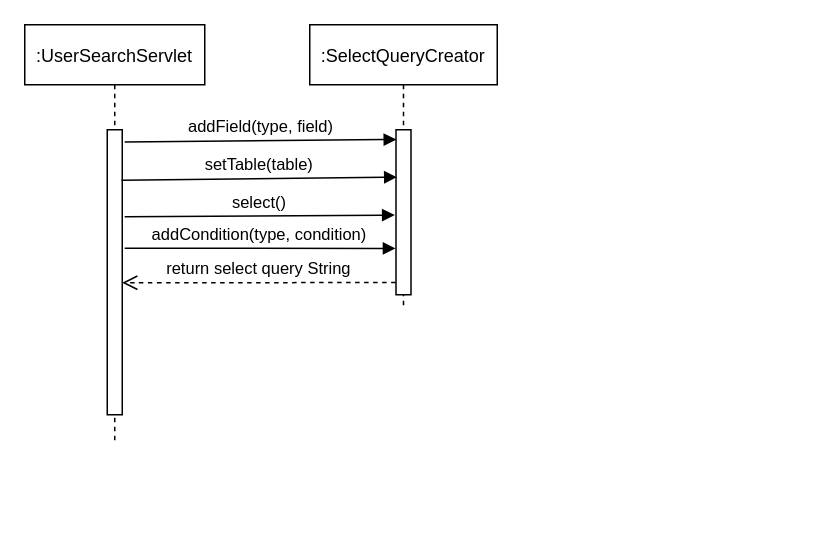
empty-works/plain-emrs-no-fw keeps this draw.io diagram as diagrams/UtilityQuerySelectBeanSequence.drawio. Above is the earlier version. Source tidied: cells renumbered, new cells numbered last; positions are measured from the earlier drawing's top-left corner, leaving out a move shared by most shapes. Both pictures are drawn from the tidied source at 150%, with x=0, y=0 at pixel (24, 24).
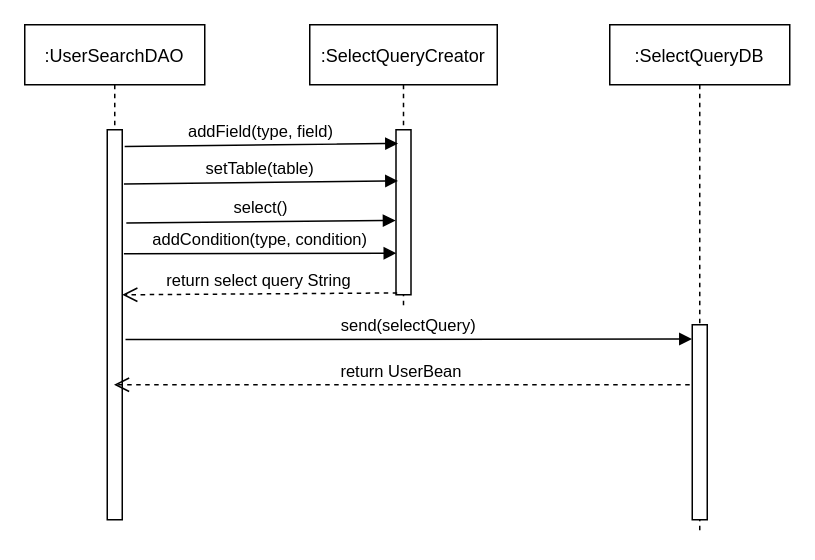
Above is the later version.

Commit message:
UtilityQuerySelectBeanSequence updated to show how the select query is used to return a user bean.

Diff of the diagram source:
```diff
@@
 <mxGraphModel>
   <root>
     <mxCell id="0" />
     <mxCell id="1" parent="0" />
-    <mxCell id="2" value=":UserSearchServlet" style="shape=umlLifeline;perimeter=lifelinePerimeter;rounded=0;shadow=0;strokeWidth=1;" parent="1" vertex="1">
-      <mxGeometry width="120" height="280" as="geometry" />
+    <mxCell id="2" value=":UserSearchDAO" style="shape=umlLifeline;perimeter=lifelinePerimeter;rounded=0;shadow=0;strokeWidth=1;" parent="1" vertex="1">
+      <mxGeometry width="120" height="330" as="geometry" />
     </mxCell>
     <mxCell id="3" style="points=[];perimeter=orthogonalPerimeter;rounded=0;shadow=0;strokeWidth=1;" parent="2" vertex="1">
-      <mxGeometry x="55" y="70" width="10" height="190" as="geometry" />
+      <mxGeometry x="55" y="70" width="10" height="260" as="geometry" />
     </mxCell>
     <mxCell id="4" value=":SelectQueryCreator" style="shape=umlLifeline;perimeter=lifelinePerimeter;rounded=0;shadow=0;strokeWidth=1;" parent="1" vertex="1">
       <mxGeometry x="190" width="125" height="190" as="geometry" />
     </mxCell>
     <mxCell id="5" style="points=[];perimeter=orthogonalPerimeter;rounded=0;shadow=0;strokeWidth=1;" parent="4" vertex="1">
       <mxGeometry x="57.5" y="70" width="10" height="110" as="geometry" />
     </mxCell>
-    <mxCell id="6" value="return select query String" style="verticalAlign=bottom;endArrow=open;dashed=1;endSize=8;shadow=0;strokeWidth=1;exitX=-0.025;exitY=0.926;exitDx=0;exitDy=0;exitPerimeter=0;" parent="1" edge="1" source="5" target="3">
+    <mxCell id="6" value="return select query String" style="verticalAlign=bottom;endArrow=open;dashed=1;endSize=8;shadow=0;strokeWidth=1;exitX=0.081;exitY=0.989;exitDx=0;exitDy=0;exitPerimeter=0;" parent="1" edge="1" source="5" target="3">
       <mxGeometry relative="1" as="geometry">
         <Array as="points">
-          <mxPoint x="80" y="172" />
+          <mxPoint x="70" y="180" />
         </Array>
       </mxGeometry>
     </mxCell>
-    <mxCell id="7" value="select()" style="verticalAlign=bottom;endArrow=block;shadow=0;strokeWidth=1;entryX=-0.078;entryY=0.517;entryDx=0;entryDy=0;entryPerimeter=0;exitX=1.164;exitY=0.305;exitDx=0;exitDy=0;exitPerimeter=0;" parent="1" edge="1" source="3" target="5">
+    <mxCell id="7" value="select()" style="verticalAlign=bottom;endArrow=block;shadow=0;strokeWidth=1;entryX=-0.025;entryY=0.55;entryDx=0;entryDy=0;entryPerimeter=0;exitX=1.27;exitY=0.239;exitDx=0;exitDy=0;exitPerimeter=0;" parent="1" edge="1" source="3" target="5">
       <mxGeometry relative="1" as="geometry" />
     </mxCell>
-    <mxCell id="8" value="addField(type, field)" style="verticalAlign=bottom;endArrow=block;shadow=0;strokeWidth=1;exitX=1.164;exitY=0.043;exitDx=0;exitDy=0;exitPerimeter=0;entryX=0.028;entryY=0.059;entryDx=0;entryDy=0;entryPerimeter=0;" parent="1" edge="1" source="3" target="5">
+    <mxCell id="8" value="addField(type, field)" style="verticalAlign=bottom;endArrow=block;shadow=0;strokeWidth=1;exitX=1.164;exitY=0.043;exitDx=0;exitDy=0;exitPerimeter=0;entryX=0.134;entryY=0.083;entryDx=0;entryDy=0;entryPerimeter=0;" parent="1" edge="1" source="3" target="5">
       <mxGeometry relative="1" as="geometry" />
     </mxCell>
-    <mxCell id="9" value="setTable(table)" style="verticalAlign=bottom;endArrow=block;shadow=0;strokeWidth=1;exitX=0.952;exitY=0.177;exitDx=0;exitDy=0;exitPerimeter=0;entryX=0.028;entryY=0.046;entryDx=0;entryDy=0;entryPerimeter=0;" parent="1" edge="1" source="3">
-      <mxGeometry relative="1" as="geometry">
-        <mxPoint x="248.1" y="101.6" as="targetPoint" />
-      </mxGeometry>
+    <mxCell id="9" value="setTable(table)" style="verticalAlign=bottom;endArrow=block;shadow=0;strokeWidth=1;exitX=1.111;exitY=0.139;exitDx=0;exitDy=0;exitPerimeter=0;entryX=0.134;entryY=0.31;entryDx=0;entryDy=0;entryPerimeter=0;" parent="1" edge="1" source="3" target="5">
+      <mxGeometry relative="1" as="geometry" />
     </mxCell>
-    <mxCell id="10" value="addCondition(type, condition)" style="verticalAlign=bottom;endArrow=block;shadow=0;strokeWidth=1;entryX=-0.025;entryY=0.719;entryDx=0;entryDy=0;entryPerimeter=0;exitX=1.164;exitY=0.416;exitDx=0;exitDy=0;exitPerimeter=0;" parent="1" edge="1" source="3" target="5">
+    <mxCell id="10" value="addCondition(type, condition)" style="verticalAlign=bottom;endArrow=block;shadow=0;strokeWidth=1;entryX=0.028;entryY=0.748;entryDx=0;entryDy=0;entryPerimeter=0;exitX=1.111;exitY=0.318;exitDx=0;exitDy=0;exitPerimeter=0;" parent="1" edge="1" source="3" target="5">
       <mxGeometry relative="1" as="geometry" />
     </mxCell>
+    <mxCell id="11" value=":SelectQueryDB" style="shape=umlLifeline;perimeter=lifelinePerimeter;rounded=0;shadow=0;strokeWidth=1;" parent="1" vertex="1">
+      <mxGeometry x="390" width="120" height="340" as="geometry" />
+    </mxCell>
+    <mxCell id="12" style="points=[];perimeter=orthogonalPerimeter;rounded=0;shadow=0;strokeWidth=1;" parent="11" vertex="1">
+      <mxGeometry x="55" y="200" width="10" height="130" as="geometry" />
+    </mxCell>
+    <mxCell id="13" value="send(selectQuery)" style="verticalAlign=bottom;endArrow=block;shadow=0;strokeWidth=1;exitX=1.217;exitY=0.538;exitDx=0;exitDy=0;exitPerimeter=0;entryX=-0.019;entryY=0.073;entryDx=0;entryDy=0;entryPerimeter=0;" parent="1" edge="1" source="3" target="12">
+      <mxGeometry relative="1" as="geometry" />
+    </mxCell>
+    <mxCell id="14" value="return UserBean" style="verticalAlign=bottom;endArrow=open;dashed=1;endSize=8;shadow=0;strokeWidth=1;exitX=0.081;exitY=0.989;exitDx=0;exitDy=0;exitPerimeter=0;" parent="1" edge="1" target="2">
+      <mxGeometry relative="1" as="geometry">
+        <mxPoint x="443.3" y="240" as="sourcePoint" />
+      </mxGeometry>
+    </mxCell>
   </root>
 </mxGraphModel>
```
